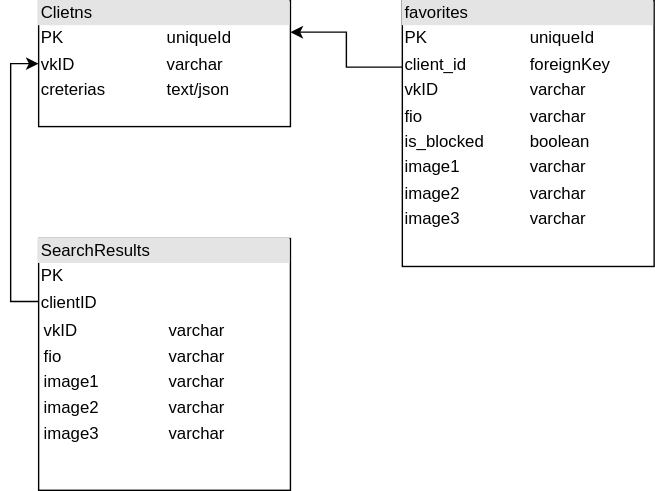
This is Docs/DB_SCHEMA.svg from KostyaKovalenko2007/coursLAB, a draw.io export, as it was before one commit. Source tidied: cells renumbered, new cells last; positions are measured from the earlier drawing's top-left corner, leaving out a move shared by most shapes. Its diagram source:
```xml
<mxGraphModel>
  <root>
    <mxCell id="0" />
    <mxCell id="1" parent="0" />
    <mxCell id="2" value="&lt;div style=&quot;box-sizing:border-box;width:100%;background:#e4e4e4;padding:2px;&quot;&gt;Clietns&lt;/div&gt;&lt;table style=&quot;width:100%;font-size:1em;&quot; cellpadding=&quot;2&quot; cellspacing=&quot;0&quot;&gt;&lt;tbody&gt;&lt;tr&gt;&lt;td&gt;PK&lt;/td&gt;&lt;td&gt;uniqueId&lt;/td&gt;&lt;/tr&gt;&lt;tr&gt;&lt;td&gt;vkID&lt;/td&gt;&lt;td&gt;varchar&lt;/td&gt;&lt;/tr&gt;&lt;tr&gt;&lt;td&gt;creterias&lt;/td&gt;&lt;td&gt;text/json&lt;/td&gt;&lt;/tr&gt;&lt;/tbody&gt;&lt;/table&gt;" style="verticalAlign=top;align=left;overflow=fill;html=1;" parent="1" vertex="1">
      <mxGeometry width="180" height="90" as="geometry" />
    </mxCell>
    <mxCell id="3" style="edgeStyle=orthogonalEdgeStyle;rounded=0;jettySize=auto;html=1;entryX=1;entryY=0.25;entryDx=0;entryDy=0;exitX=0;exitY=0.25;exitDx=0;exitDy=0;" parent="1" edge="1" source="4" target="2">
      <mxGeometry relative="1" as="geometry" />
    </mxCell>
    <mxCell id="4" value="&lt;div style=&quot;box-sizing:border-box;width:100%;background:#e4e4e4;padding:2px;&quot;&gt;favorites&lt;/div&gt;&lt;table style=&quot;width:100%;font-size:1em;&quot; cellpadding=&quot;2&quot; cellspacing=&quot;0&quot;&gt;&lt;tbody&gt;&lt;tr&gt;&lt;td&gt;PK&lt;/td&gt;&lt;td&gt;uniqueId&lt;/td&gt;&lt;/tr&gt;&lt;tr&gt;&lt;td&gt;client_id&lt;/td&gt;&lt;td&gt;foreignKey&lt;/td&gt;&lt;/tr&gt;&lt;tr&gt;&lt;td&gt;vkID&lt;span style=&quot;white-space: pre;&quot;&gt;&#9;&lt;/span&gt;&lt;span style=&quot;white-space: pre;&quot;&gt;&#9;&lt;/span&gt;&lt;/td&gt;&lt;td&gt;varchar&lt;br&gt;&lt;/td&gt;&lt;/tr&gt;&lt;tr&gt;&lt;td&gt;fio&lt;span style=&quot;white-space: pre;&quot;&gt;&#9;&lt;/span&gt;&lt;span style=&quot;white-space: pre;&quot;&gt;&#9;&lt;/span&gt;&lt;/td&gt;&lt;td&gt;varchar&lt;/td&gt;&lt;/tr&gt;&lt;tr&gt;&lt;td&gt;is_blocked&lt;/td&gt;&lt;td&gt;boolean&lt;/td&gt;&lt;/tr&gt;&lt;tr&gt;&lt;td&gt;image1&lt;span style=&quot;white-space: pre;&quot;&gt;&#9;&lt;/span&gt;&lt;/td&gt;&lt;td&gt;varchar&lt;/td&gt;&lt;/tr&gt;&lt;tr&gt;&lt;td&gt;image2&lt;/td&gt;&lt;td&gt;varchar&lt;/td&gt;&lt;/tr&gt;&lt;tr&gt;&lt;td&gt;image3&lt;/td&gt;&lt;td&gt;varchar&lt;/td&gt;&lt;/tr&gt;&lt;/tbody&gt;&lt;/table&gt;" style="verticalAlign=top;align=left;overflow=fill;html=1;" parent="1" vertex="1">
      <mxGeometry x="260" width="180" height="190" as="geometry" />
    </mxCell>
    <mxCell id="5" style="edgeStyle=orthogonalEdgeStyle;rounded=0;jettySize=auto;html=1;entryX=0;entryY=0.5;entryDx=0;entryDy=0;exitX=0;exitY=0.25;exitDx=0;exitDy=0;" parent="1" edge="1" source="6" target="2">
      <mxGeometry relative="1" as="geometry" />
    </mxCell>
    <mxCell id="6" value="&lt;div style=&quot;box-sizing:border-box;width:100%;background:#e4e4e4;padding:2px;&quot;&gt;SearchResults&lt;/div&gt;&lt;table style=&quot;width:100%;font-size:1em;&quot; cellpadding=&quot;2&quot; cellspacing=&quot;0&quot;&gt;&lt;tbody&gt;&lt;tr&gt;&lt;td&gt;PK&lt;/td&gt;&lt;td&gt;uniqueId&lt;/td&gt;&lt;/tr&gt;&lt;tr&gt;&lt;td&gt;clientID&lt;/td&gt;&lt;td&gt;foreignKey&lt;/td&gt;&lt;/tr&gt;&lt;tr&gt;&lt;td&gt;&lt;table style=&quot;font-size: 1em; width: 180px;&quot; cellpadding=&quot;2&quot; cellspacing=&quot;0&quot;&gt;&lt;tbody&gt;&lt;tr&gt;&lt;td&gt;vkID&lt;span style=&quot;&quot;&gt;&#9;&lt;/span&gt;&lt;span style=&quot;&quot;&gt;&#9;&lt;/span&gt;&lt;/td&gt;&lt;td&gt;varchar&lt;br&gt;&lt;/td&gt;&lt;/tr&gt;&lt;tr&gt;&lt;td&gt;fio&lt;span style=&quot;&quot;&gt;&#9;&lt;/span&gt;&lt;span style=&quot;&quot;&gt;&#9;&lt;/span&gt;&lt;/td&gt;&lt;td&gt;varchar&lt;/td&gt;&lt;/tr&gt;&lt;tr&gt;&lt;td&gt;image1&lt;span style=&quot;&quot;&gt;&#9;&lt;/span&gt;&lt;/td&gt;&lt;td&gt;varchar&lt;/td&gt;&lt;/tr&gt;&lt;tr&gt;&lt;td&gt;image2&lt;/td&gt;&lt;td&gt;varchar&lt;/td&gt;&lt;/tr&gt;&lt;tr&gt;&lt;td&gt;image3&lt;/td&gt;&lt;td&gt;varchar&lt;/td&gt;&lt;/tr&gt;&lt;/tbody&gt;&lt;/table&gt;&lt;/td&gt;&lt;td&gt;&lt;br&gt;&lt;/td&gt;&lt;/tr&gt;&lt;/tbody&gt;&lt;/table&gt;" style="verticalAlign=top;align=left;overflow=fill;html=1;" parent="1" vertex="1">
      <mxGeometry y="170" width="180" height="180" as="geometry" />
    </mxCell>
  </root>
</mxGraphModel>
```
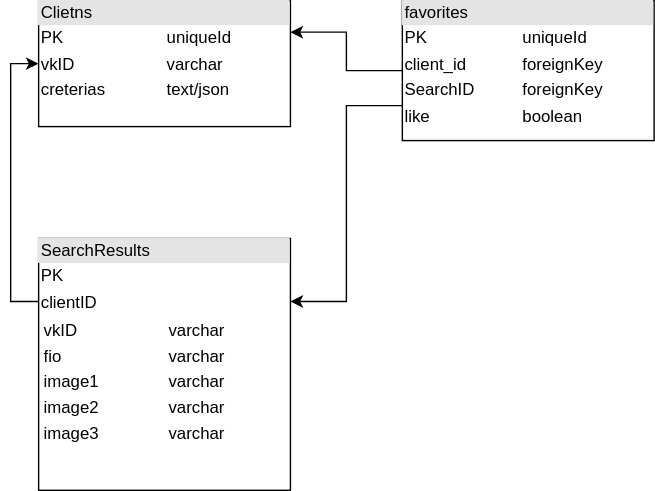
The same file after the commit.

What changed in the source:
```diff
@@ -5,11 +5,14 @@
     <mxCell id="2" value="&lt;div style=&quot;box-sizing:border-box;width:100%;background:#e4e4e4;padding:2px;&quot;&gt;Clietns&lt;/div&gt;&lt;table style=&quot;width:100%;font-size:1em;&quot; cellpadding=&quot;2&quot; cellspacing=&quot;0&quot;&gt;&lt;tbody&gt;&lt;tr&gt;&lt;td&gt;PK&lt;/td&gt;&lt;td&gt;uniqueId&lt;/td&gt;&lt;/tr&gt;&lt;tr&gt;&lt;td&gt;vkID&lt;/td&gt;&lt;td&gt;varchar&lt;/td&gt;&lt;/tr&gt;&lt;tr&gt;&lt;td&gt;creterias&lt;/td&gt;&lt;td&gt;text/json&lt;/td&gt;&lt;/tr&gt;&lt;/tbody&gt;&lt;/table&gt;" style="verticalAlign=top;align=left;overflow=fill;html=1;" parent="1" vertex="1">
       <mxGeometry width="180" height="90" as="geometry" />
     </mxCell>
-    <mxCell id="3" style="edgeStyle=orthogonalEdgeStyle;rounded=0;jettySize=auto;html=1;entryX=1;entryY=0.25;entryDx=0;entryDy=0;exitX=0;exitY=0.25;exitDx=0;exitDy=0;" parent="1" edge="1" source="4" target="2">
+    <mxCell id="3" style="edgeStyle=orthogonalEdgeStyle;rounded=0;jettySize=auto;html=1;entryX=1;entryY=0.25;entryDx=0;entryDy=0;exitX=0;exitY=0.5;exitDx=0;exitDy=0;" parent="1" edge="1" source="4" target="2">
       <mxGeometry relative="1" as="geometry" />
     </mxCell>
+    <mxCell id="7" style="edgeStyle=orthogonalEdgeStyle;rounded=0;jettySize=auto;html=1;exitX=0;exitY=0.75;exitDx=0;exitDy=0;entryX=1;entryY=0.25;entryDx=0;entryDy=0;" parent="1" edge="1" source="4" target="6">
+      <mxGeometry relative="1" as="geometry" />
+    </mxCell>
-    <mxCell id="4" value="&lt;div style=&quot;box-sizing:border-box;width:100%;background:#e4e4e4;padding:2px;&quot;&gt;favorites&lt;/div&gt;&lt;table style=&quot;width:100%;font-size:1em;&quot; cellpadding=&quot;2&quot; cellspacing=&quot;0&quot;&gt;&lt;tbody&gt;&lt;tr&gt;&lt;td&gt;PK&lt;/td&gt;&lt;td&gt;uniqueId&lt;/td&gt;&lt;/tr&gt;&lt;tr&gt;&lt;td&gt;client_id&lt;/td&gt;&lt;td&gt;foreignKey&lt;/td&gt;&lt;/tr&gt;&lt;tr&gt;&lt;td&gt;vkID&lt;span style=&quot;white-space: pre;&quot;&gt;&#9;&lt;/span&gt;&lt;span style=&quot;white-space: pre;&quot;&gt;&#9;&lt;/span&gt;&lt;/td&gt;&lt;td&gt;varchar&lt;br&gt;&lt;/td&gt;&lt;/tr&gt;&lt;tr&gt;&lt;td&gt;fio&lt;span style=&quot;white-space: pre;&quot;&gt;&#9;&lt;/span&gt;&lt;span style=&quot;white-space: pre;&quot;&gt;&#9;&lt;/span&gt;&lt;/td&gt;&lt;td&gt;varchar&lt;/td&gt;&lt;/tr&gt;&lt;tr&gt;&lt;td&gt;is_blocked&lt;/td&gt;&lt;td&gt;boolean&lt;/td&gt;&lt;/tr&gt;&lt;tr&gt;&lt;td&gt;image1&lt;span style=&quot;white-space: pre;&quot;&gt;&#9;&lt;/span&gt;&lt;/td&gt;&lt;td&gt;varchar&lt;/td&gt;&lt;/tr&gt;&lt;tr&gt;&lt;td&gt;image2&lt;/td&gt;&lt;td&gt;varchar&lt;/td&gt;&lt;/tr&gt;&lt;tr&gt;&lt;td&gt;image3&lt;/td&gt;&lt;td&gt;varchar&lt;/td&gt;&lt;/tr&gt;&lt;/tbody&gt;&lt;/table&gt;" style="verticalAlign=top;align=left;overflow=fill;html=1;" parent="1" vertex="1">
-      <mxGeometry x="260" width="180" height="190" as="geometry" />
+    <mxCell id="4" value="&lt;div style=&quot;box-sizing:border-box;width:100%;background:#e4e4e4;padding:2px;&quot;&gt;favorites&lt;/div&gt;&lt;table style=&quot;width:100%;font-size:1em;&quot; cellpadding=&quot;2&quot; cellspacing=&quot;0&quot;&gt;&lt;tbody&gt;&lt;tr&gt;&lt;td&gt;PK&lt;/td&gt;&lt;td&gt;uniqueId&lt;/td&gt;&lt;/tr&gt;&lt;tr&gt;&lt;td&gt;client_id&lt;/td&gt;&lt;td&gt;foreignKey&lt;/td&gt;&lt;/tr&gt;&lt;tr&gt;&lt;td&gt;SearchID&lt;span style=&quot;&quot;&gt;&#9;&lt;/span&gt;&lt;span style=&quot;&quot;&gt;&#9;&lt;/span&gt;&lt;/td&gt;&lt;td&gt;foreignKey&lt;br&gt;&lt;/td&gt;&lt;/tr&gt;&lt;tr&gt;&lt;td&gt;like&lt;/td&gt;&lt;td&gt;boolean&lt;/td&gt;&lt;/tr&gt;&lt;/tbody&gt;&lt;/table&gt;" style="verticalAlign=top;align=left;overflow=fill;html=1;" parent="1" vertex="1">
+      <mxGeometry x="260" width="180" height="100" as="geometry" />
     </mxCell>
     <mxCell id="5" style="edgeStyle=orthogonalEdgeStyle;rounded=0;jettySize=auto;html=1;entryX=0;entryY=0.5;entryDx=0;entryDy=0;exitX=0;exitY=0.25;exitDx=0;exitDy=0;" parent="1" edge="1" source="6" target="2">
       <mxGeometry relative="1" as="geometry" />
```
